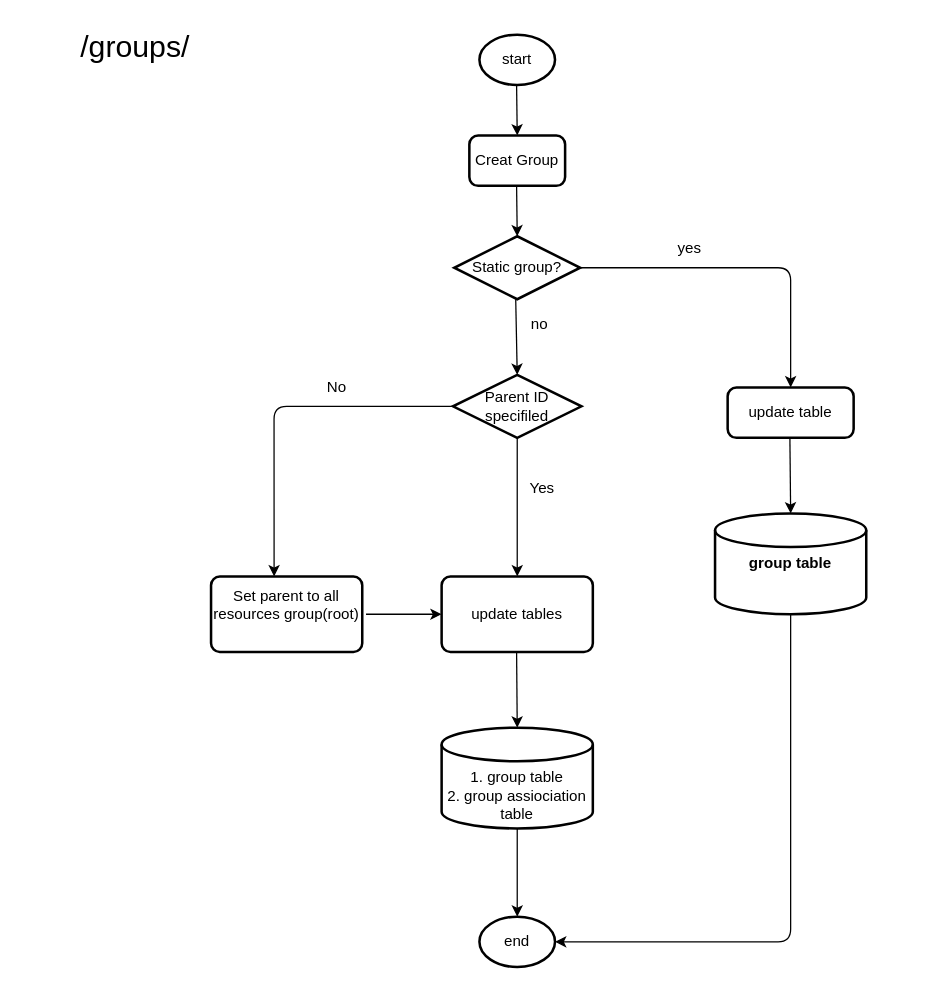
zhangwm1987/mydraw_io keeps this draw.io diagram as page "createTable" (1 of 3) of GroupingService.drawio. Above is the earlier version. Source tidied: cells renumbered, new cells numbered last; positions are measured from the earlier drawing's top-left corner, leaving out a move shared by most shapes. Both pictures are drawn from the tidied source at 126%, with x=0, y=0 at pixel (21, 21).
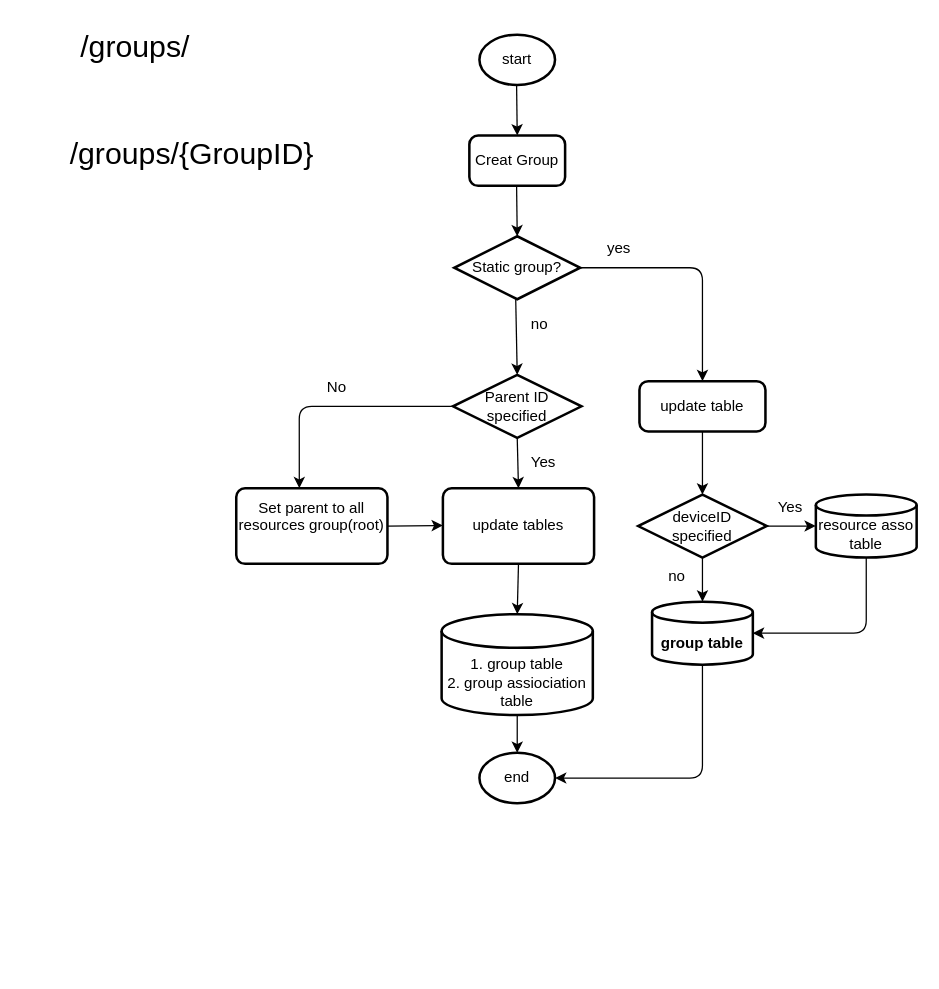
After the change.

Unchanged cells that the change refers to:
```xml
<mxCell id="15" value="Static group?" style="strokeWidth=2;html=1;shape=mxgraph.flowchart.decision;whiteSpace=wrap;" parent="1" vertex="1">
  <mxGeometry x="343" y="170" width="100" height="50" as="geometry" />
</mxCell>
```

The edit, as a diff of the source:
```diff
@@
-    <mxCell id="4" value="Parent ID specifiled" style="strokeWidth=2;html=1;shape=mxgraph.flowchart.decision;whiteSpace=wrap;" parent="1" vertex="1">
+    <mxCell id="4" value="Parent ID specified" style="strokeWidth=2;html=1;shape=mxgraph.flowchart.decision;whiteSpace=wrap;" parent="1" vertex="1">
       <mxGeometry x="342" y="280" width="102" height="50" as="geometry" />
     </mxCell>
     <mxCell id="5" value="&lt;div&gt;Set parent to all resources group(root)&lt;br&gt;&lt;/div&gt;&lt;div&gt;&lt;br&gt;&lt;/div&gt;" style="rounded=1;whiteSpace=wrap;html=1;absoluteArcSize=1;arcSize=14;strokeWidth=2;" parent="1" vertex="1">
-      <mxGeometry x="150" y="440" width="120" height="60" as="geometry" />
+      <mxGeometry x="170" y="370" width="120" height="60" as="geometry" />
     </mxCell>
     <mxCell id="6" value="&lt;div&gt;&lt;br&gt;&lt;/div&gt;&lt;div&gt;&lt;br&gt;&lt;/div&gt;&lt;div&gt;1. group table&lt;/div&gt;&lt;div&gt;2. group assiociation table&lt;/div&gt;" style="strokeWidth=2;html=1;shape=mxgraph.flowchart.database;whiteSpace=wrap;" parent="1" vertex="1">
-      <mxGeometry x="333" y="560" width="120" height="80" as="geometry" />
+      <mxGeometry x="333" y="470" width="120" height="80" as="geometry" />
     </mxCell>
     <mxCell id="7" value="&lt;div&gt;update tables&lt;br&gt;&lt;/div&gt;" style="rounded=1;whiteSpace=wrap;html=1;absoluteArcSize=1;arcSize=14;strokeWidth=2;" parent="1" vertex="1">
-      <mxGeometry x="333" y="440" width="120" height="60" as="geometry" />
+      <mxGeometry x="334" y="370" width="120" height="60" as="geometry" />
     </mxCell>
@@
     <mxCell id="9" style="endArrow=classic;html=1;entryX=0.417;entryY=0;entryDx=0;entryDy=0;entryPerimeter=0;exitX=0;exitY=0.5;exitDx=0;exitDy=0;exitPerimeter=0;" parent="1" edge="1" source="4" target="5">
       <mxGeometry relative="1" as="geometry">
         <Array as="points">
-          <mxPoint x="200" y="305" />
+          <mxPoint x="220" y="305" />
         </Array>
       </mxGeometry>
     </mxCell>
@@
-    <mxCell id="12" style="endArrow=classic;html=1;entryX=0.5;entryY=0;entryDx=0;entryDy=0;entryPerimeter=0;" parent="1" edge="1" target="6">
-      <mxGeometry relative="1" as="geometry">
-        <mxPoint x="392.5" y="500" as="sourcePoint" />
-      </mxGeometry>
+    <mxCell id="12" style="endArrow=classic;html=1;entryX=0.5;entryY=0;entryDx=0;entryDy=0;entryPerimeter=0;exitX=0.5;exitY=1;exitDx=0;exitDy=0;" parent="1" edge="1" source="7" target="6">
+      <mxGeometry relative="1" as="geometry" />
     </mxCell>
@@
     <mxCell id="14" value="Yes" style="text;html=1;strokeColor=none;fillColor=none;align=center;verticalAlign=middle;whiteSpace=wrap;rounded=0;" parent="1" vertex="1">
-      <mxGeometry x="393" y="360" width="40" height="20" as="geometry" />
+      <mxGeometry x="394" y="340" width="40" height="20" as="geometry" />
     </mxCell>
@@
     <mxCell id="16" value="&lt;div&gt;update table&lt;/div&gt;" style="rounded=1;whiteSpace=wrap;html=1;absoluteArcSize=1;arcSize=14;strokeWidth=2;" parent="1" vertex="1">
-      <mxGeometry x="560" y="290" width="100" height="40" as="geometry" />
+      <mxGeometry x="490" y="285" width="100" height="40" as="geometry" />
     </mxCell>
-    <mxCell id="17" value="&lt;div&gt;&lt;b&gt;group table&lt;/b&gt;&lt;/div&gt;" style="strokeWidth=2;html=1;shape=mxgraph.flowchart.database;whiteSpace=wrap;" parent="1" vertex="1">
-      <mxGeometry x="550" y="390" width="120" height="80" as="geometry" />
+    <mxCell id="17" value="&lt;div&gt;&lt;br&gt;&lt;/div&gt;&lt;div&gt;&lt;br&gt;&lt;/div&gt;&lt;div&gt;&lt;b&gt;group table&lt;/b&gt;&lt;/div&gt;&lt;div&gt;&lt;b&gt;&lt;br&gt;&lt;/b&gt;&lt;/div&gt;" style="strokeWidth=2;html=1;shape=mxgraph.flowchart.database;whiteSpace=wrap;" parent="1" vertex="1">
+      <mxGeometry x="500" y="460" width="80" height="50" as="geometry" />
     </mxCell>
@@
-    <mxCell id="19" style="endArrow=classic;html=1;entryX=0.5;entryY=0;entryDx=0;entryDy=0;entryPerimeter=0;" parent="1" edge="1" target="17">
-      <mxGeometry relative="1" as="geometry">
-        <mxPoint x="609.4" y="330" as="sourcePoint" />
-      </mxGeometry>
+    <mxCell id="19" style="endArrow=classic;html=1;exitX=0.5;exitY=1;exitDx=0;exitDy=0;entryX=0.5;entryY=0;entryDx=0;entryDy=0;entryPerimeter=0;" parent="1" edge="1" source="16" target="30">
+      <mxGeometry relative="1" as="geometry" />
     </mxCell>
     <mxCell id="20" style="endArrow=classic;html=1;exitX=1;exitY=0.5;exitDx=0;exitDy=0;exitPerimeter=0;entryX=0.5;entryY=0;entryDx=0;entryDy=0;" parent="1" edge="1" source="15" target="16">
       <mxGeometry relative="1" as="geometry">
         <Array as="points">
-          <mxPoint x="610" y="195" />
+          <mxPoint x="540" y="195" />
         </Array>
       </mxGeometry>
     </mxCell>
@@
     <mxCell id="22" value="yes" style="text;html=1;strokeColor=none;fillColor=none;align=center;verticalAlign=middle;whiteSpace=wrap;rounded=0;" parent="1" vertex="1">
-      <mxGeometry x="510" y="170" width="40" height="20" as="geometry" />
+      <mxGeometry x="454" y="170" width="40" height="20" as="geometry" />
     </mxCell>
@@
     <mxCell id="24" value="end" style="strokeWidth=2;html=1;shape=mxgraph.flowchart.start_1;whiteSpace=wrap;" parent="1" vertex="1">
-      <mxGeometry x="363" y="710" width="60" height="40" as="geometry" />
+      <mxGeometry x="363" y="580" width="60" height="40" as="geometry" />
     </mxCell>
     <mxCell id="25" style="endArrow=classic;html=1;entryX=1;entryY=0.5;entryDx=0;entryDy=0;entryPerimeter=0;exitX=0.5;exitY=1;exitDx=0;exitDy=0;exitPerimeter=0;" parent="1" edge="1" source="17" target="24">
       <mxGeometry relative="1" as="geometry">
         <Array as="points">
-          <mxPoint x="610" y="730" />
+          <mxPoint x="540" y="600" />
         </Array>
       </mxGeometry>
     </mxCell>
@@
-    <mxCell id="27" style="endArrow=classic;html=1;" parent="1" edge="1">
+    <mxCell id="27" style="endArrow=classic;html=1;exitX=1;exitY=0.5;exitDx=0;exitDy=0;" parent="1" edge="1" source="5">
       <mxGeometry relative="1" as="geometry">
-        <mxPoint x="273" y="470" as="sourcePoint" />
-        <mxPoint x="333" y="470" as="targetPoint" />
+        <mxPoint x="334" y="399.6" as="targetPoint" />
       </mxGeometry>
     </mxCell>
@@
+    <mxCell id="29" value="&lt;div&gt;&lt;font style=&quot;font-size: 24px&quot;&gt;/groups/{GroupID}&lt;/font&gt;&lt;/div&gt;" style="text;html=1;strokeColor=none;fillColor=none;align=center;verticalAlign=middle;whiteSpace=wrap;rounded=0;" parent="1" vertex="1">
+      <mxGeometry x="10" y="80" width="250" height="50" as="geometry" />
+    </mxCell>
+    <mxCell id="30" value="&lt;div&gt;deviceID &lt;br&gt;&lt;/div&gt;&lt;div&gt;specified&lt;/div&gt;" style="strokeWidth=2;html=1;shape=mxgraph.flowchart.decision;whiteSpace=wrap;" parent="1" vertex="1">
+      <mxGeometry x="489" y="375" width="102" height="50" as="geometry" />
+    </mxCell>
+    <mxCell id="31" value="&lt;br&gt;&lt;div&gt;resource asso table&lt;/div&gt;" style="strokeWidth=2;html=1;shape=mxgraph.flowchart.database;whiteSpace=wrap;" parent="1" vertex="1">
+      <mxGeometry x="630" y="375" width="80" height="50" as="geometry" />
+    </mxCell>
+    <mxCell id="32" style="endArrow=classic;html=1;entryX=0;entryY=0.5;entryDx=0;entryDy=0;entryPerimeter=0;exitX=1;exitY=0.5;exitDx=0;exitDy=0;exitPerimeter=0;" parent="1" edge="1" source="30" target="31">
+      <mxGeometry relative="1" as="geometry" />
+    </mxCell>
+    <mxCell id="33" style="endArrow=classic;html=1;exitX=0.5;exitY=1;exitDx=0;exitDy=0;exitPerimeter=0;entryX=0.5;entryY=0;entryDx=0;entryDy=0;entryPerimeter=0;" parent="1" edge="1" source="30" target="17">
+      <mxGeometry relative="1" as="geometry" />
+    </mxCell>
+    <mxCell id="34" style="endArrow=classic;html=1;entryX=1;entryY=0.5;entryDx=0;entryDy=0;entryPerimeter=0;exitX=0.5;exitY=1;exitDx=0;exitDy=0;exitPerimeter=0;" parent="1" edge="1" source="31" target="17">
+      <mxGeometry relative="1" as="geometry">
+        <Array as="points">
+          <mxPoint x="670" y="485" />
+        </Array>
+      </mxGeometry>
+    </mxCell>
+    <mxCell id="35" value="Yes" style="text;html=1;strokeColor=none;fillColor=none;align=center;verticalAlign=middle;whiteSpace=wrap;rounded=0;" parent="1" vertex="1">
+      <mxGeometry x="590" y="375" width="40" height="20" as="geometry" />
+    </mxCell>
+    <mxCell id="36" value="no" style="text;html=1;strokeColor=none;fillColor=none;align=center;verticalAlign=middle;whiteSpace=wrap;rounded=0;" parent="1" vertex="1">
+      <mxGeometry x="500" y="430" width="40" height="20" as="geometry" />
+    </mxCell>
```
